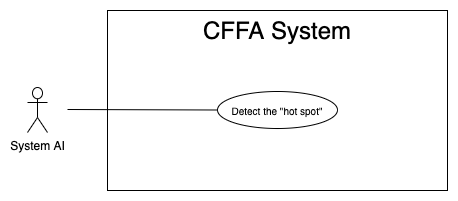
This is Users/HuuDN/UsecaseDiagram/SystemAI/Overview-Hotspot.png from luannmdev/CapstoneDocument, a draw.io export, as it was before one commit. Source tidied: cells renumbered, new cells last; positions are measured from the earlier drawing's top-left corner, leaving out a move shared by most shapes. Its diagram source:
```xml
<mxGraphModel>
  <root>
    <mxCell id="0" />
    <mxCell id="1" parent="0" />
    <mxCell id="2" style="rounded=0;whiteSpace=wrap;html=1;" parent="1" vertex="1">
      <mxGeometry x="80" width="340" height="180" as="geometry" />
    </mxCell>
    <mxCell id="3" value="&lt;span style=&quot;font-size: 24px&quot;&gt;CFFA System&lt;/span&gt;" style="text;html=1;strokeColor=none;fillColor=none;align=center;verticalAlign=middle;whiteSpace=wrap;rounded=0;" parent="1" vertex="1">
      <mxGeometry x="85" y="10" width="330" height="20" as="geometry" />
    </mxCell>
    <mxCell id="4" value="System AI" style="shape=umlActor;verticalLabelPosition=bottom;verticalAlign=top;html=1;" parent="1" vertex="1">
      <mxGeometry y="77" width="20" height="45" as="geometry" />
    </mxCell>
    <mxCell id="5" value="&lt;span style=&quot;font-size: 10px&quot;&gt;Detect the &quot;hot spot&quot;&lt;/span&gt;" style="ellipse;whiteSpace=wrap;html=1;fillColor=#ffffff;gradientColor=none;" parent="1" vertex="1">
      <mxGeometry x="190" y="81" width="120" height="37" as="geometry" />
    </mxCell>
    <mxCell id="6" style="endArrow=none;html=1;rounded=0;exitX=0;exitY=0.5;exitDx=0;exitDy=0;" parent="1" edge="1" source="5">
      <mxGeometry relative="1" as="geometry">
        <mxPoint x="40" y="99" as="targetPoint" />
      </mxGeometry>
    </mxCell>
  </root>
</mxGraphModel>
```
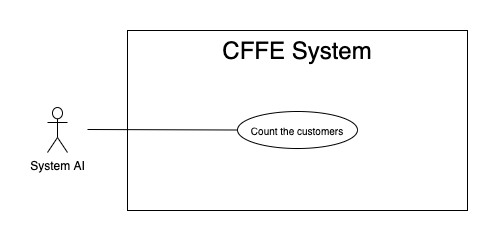
Later version of the same file.

The edit, as a diff of the source:
```diff
@@ -5,13 +5,13 @@
     <mxCell id="2" style="rounded=0;whiteSpace=wrap;html=1;" parent="1" vertex="1">
       <mxGeometry x="80" width="340" height="180" as="geometry" />
     </mxCell>
-    <mxCell id="3" value="&lt;span style=&quot;font-size: 24px&quot;&gt;CFFA System&lt;/span&gt;" style="text;html=1;strokeColor=none;fillColor=none;align=center;verticalAlign=middle;whiteSpace=wrap;rounded=0;" parent="1" vertex="1">
+    <mxCell id="3" value="&lt;span style=&quot;font-size: 24px&quot;&gt;CFFE System&lt;/span&gt;" style="text;html=1;strokeColor=none;fillColor=none;align=center;verticalAlign=middle;whiteSpace=wrap;rounded=0;" parent="1" vertex="1">
       <mxGeometry x="85" y="10" width="330" height="20" as="geometry" />
     </mxCell>
     <mxCell id="4" value="System AI" style="shape=umlActor;verticalLabelPosition=bottom;verticalAlign=top;html=1;" parent="1" vertex="1">
       <mxGeometry y="77" width="20" height="45" as="geometry" />
     </mxCell>
-    <mxCell id="5" value="&lt;span style=&quot;font-size: 10px&quot;&gt;Detect the &quot;hot spot&quot;&lt;/span&gt;" style="ellipse;whiteSpace=wrap;html=1;fillColor=#ffffff;gradientColor=none;" parent="1" vertex="1">
+    <mxCell id="5" value="&lt;span style=&quot;font-size: 10px&quot;&gt;Count the customers&lt;/span&gt;" style="ellipse;whiteSpace=wrap;html=1;fillColor=#ffffff;gradientColor=none;" parent="1" vertex="1">
       <mxGeometry x="190" y="81" width="120" height="37" as="geometry" />
     </mxCell>
     <mxCell id="6" style="endArrow=none;html=1;rounded=0;exitX=0;exitY=0.5;exitDx=0;exitDy=0;" parent="1" edge="1" source="5">
```
